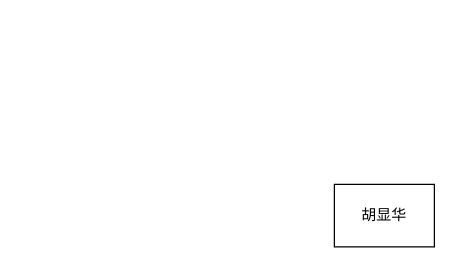
This is 家族结构图/胡显华家族.drawio from toppemonkey/processing_folder, a draw.io file, before an edit. Source tidied: cells renumbered, new cells numbered last; positions are measured from the earlier drawing's top-left corner, leaving out a move shared by most shapes. Both pictures are drawn from the tidied source at 125%, with x=0, y=0 at pixel (334, 184).
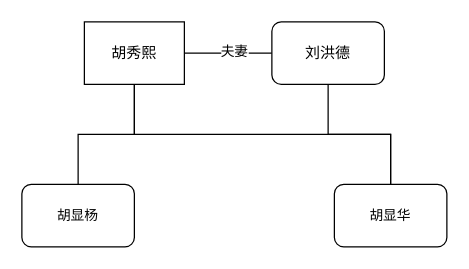
The same page after the edit.

Commit message (it also covers changes not shown here):
更新胡显华家族.drawio

Change to the diagram source:
```diff
@@
 <mxGraphModel>
   <root>
     <mxCell id="0" />
     <mxCell id="1" parent="0" />
+    <mxCell id="3" style="edgeStyle=orthogonalEdgeStyle;rounded=0;jettySize=auto;html=1;exitX=1;exitY=0.5;exitDx=0;exitDy=0;endArrow=none;endFill=0;" parent="1" edge="1" source="7" target="9">
+      <mxGeometry relative="1" as="geometry" />
+    </mxCell>
+    <mxCell id="4" value="夫妻" style="edgeLabel;html=1;align=center;verticalAlign=middle;" parent="3" vertex="1">
+      <mxGeometry x="0.1" y="2" relative="1" as="geometry" />
+    </mxCell>
+    <mxCell id="5" style="edgeStyle=orthogonalEdgeStyle;shape=connector;rounded=0;jettySize=auto;html=1;exitX=0.5;exitY=1;exitDx=0;exitDy=0;strokeColor=default;align=center;verticalAlign=middle;fontFamily=Helvetica;fontSize=11;fontColor=default;labelBackgroundColor=default;endArrow=none;endFill=0;" parent="1" edge="1" source="7" target="2">
+      <mxGeometry relative="1" as="geometry" />
+    </mxCell>
+    <mxCell id="6" style="edgeStyle=orthogonalEdgeStyle;shape=connector;rounded=0;jettySize=auto;html=1;exitX=0.5;exitY=1;exitDx=0;exitDy=0;strokeColor=default;align=center;verticalAlign=middle;fontFamily=Helvetica;fontSize=11;fontColor=default;labelBackgroundColor=default;endArrow=none;endFill=0;" parent="1" edge="1" source="7" target="10">
+      <mxGeometry relative="1" as="geometry" />
+    </mxCell>
+    <mxCell id="7" value="胡秀熙" style="rounded=0;whiteSpace=wrap;html=1;" parent="1" vertex="1">
+      <mxGeometry x="-200" y="-130" width="80" height="50" as="geometry" />
+    </mxCell>
+    <mxCell id="8" style="edgeStyle=orthogonalEdgeStyle;shape=connector;rounded=0;jettySize=auto;html=1;exitX=0.5;exitY=1;exitDx=0;exitDy=0;entryX=0.5;entryY=0;entryDx=0;entryDy=0;strokeColor=default;align=center;verticalAlign=middle;fontFamily=Helvetica;fontSize=11;fontColor=default;labelBackgroundColor=default;endArrow=none;endFill=0;" parent="1" edge="1" source="9" target="2">
+      <mxGeometry relative="1" as="geometry" />
+    </mxCell>
+    <mxCell id="9" value="刘洪德" style="rounded=1;whiteSpace=wrap;html=1;" parent="1" vertex="1">
+      <mxGeometry x="-50" y="-130" width="90" height="50" as="geometry" />
+    </mxCell>
-    <mxCell id="2" value="胡显华" style="rounded=0;whiteSpace=wrap;html=1;" parent="1" vertex="1">
-      <mxGeometry width="80" height="50" as="geometry" />
+    <mxCell id="2" value="胡显华" style="rounded=1;whiteSpace=wrap;html=1;fontFamily=Helvetica;fontSize=11;fontColor=default;labelBackgroundColor=default;" parent="1" vertex="1">
+      <mxGeometry width="90" height="50" as="geometry" />
     </mxCell>
+    <mxCell id="10" value="胡显杨" style="rounded=1;whiteSpace=wrap;html=1;fontFamily=Helvetica;fontSize=11;fontColor=default;labelBackgroundColor=default;" parent="1" vertex="1">
+      <mxGeometry x="-250" width="90" height="50" as="geometry" />
+    </mxCell>
   </root>
 </mxGraphModel>
```
